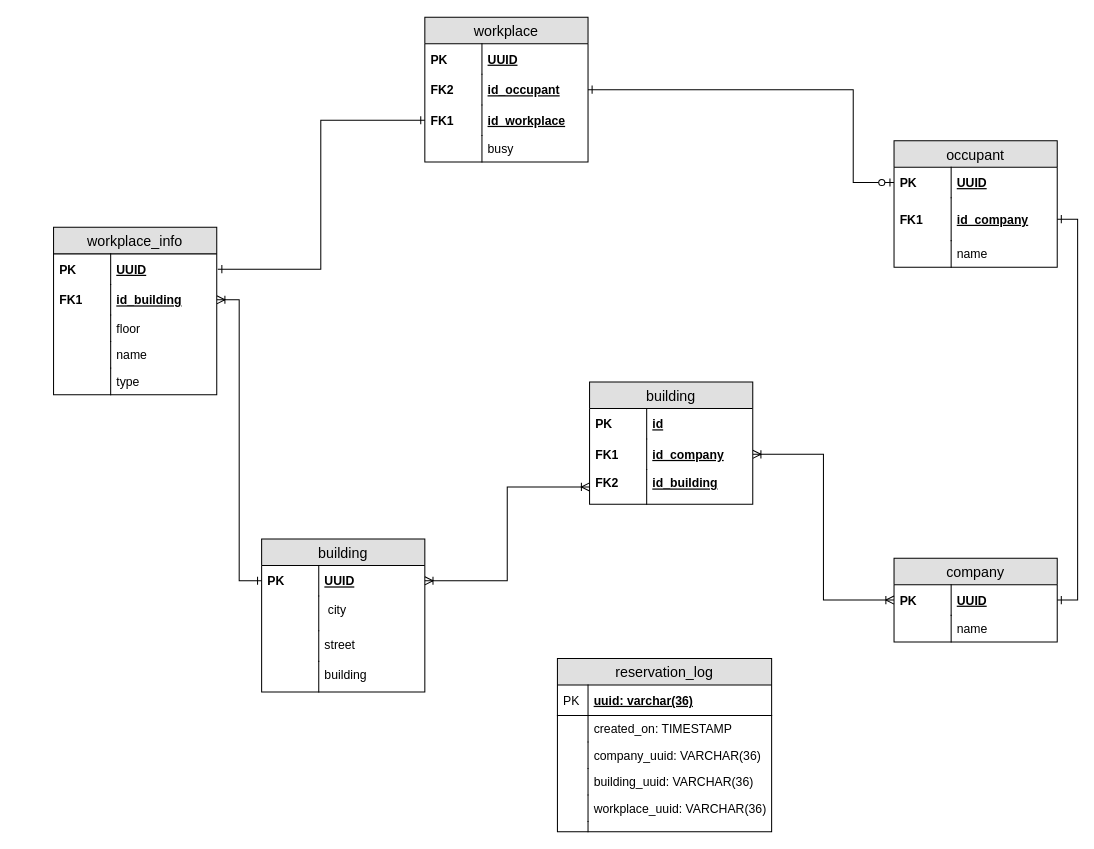
Earlier version of the draw.io diagram workplace-reservation-service-erd.drawio (Hunkizzz/project-zebra-diagrams). Source tidied: cells renumbered, new cells numbered last; positions are measured from the earlier drawing's top-left corner, leaving out a move shared by most shapes. Both pictures are drawn from the tidied source at 102%, with x=0, y=0 at pixel (53, 16).
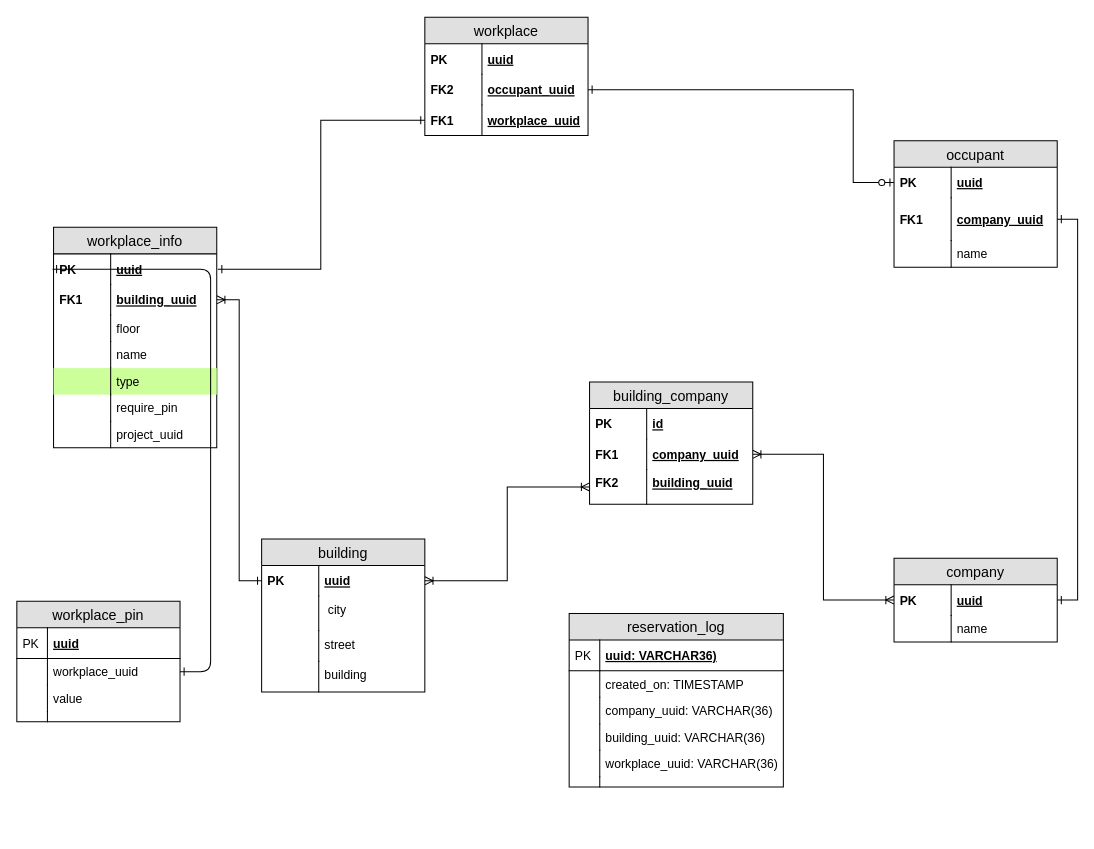
The same diagram, later.

The change refers to these unchanged cells:
```xml
<mxCell id="2" value="company" style="swimlane;fontStyle=0;horizontal=1;startSize=26;fillColor=#e0e0e0;swimlaneFillColor=#ffffff;align=center;fontSize=14;" parent="1" vertex="1">
  <mxGeometry x="824" y="530.8" width="160" height="82" as="geometry" />
</mxCell>
<mxCell id="7" value="occupant" style="swimlane;fontStyle=0;horizontal=1;startSize=26;fillColor=#e0e0e0;swimlaneFillColor=#ffffff;align=center;fontSize=14;" parent="1" vertex="1">
  <mxGeometry x="824" y="121.4" width="160" height="124" as="geometry" />
</mxCell>
<mxCell id="23" value="building" style="swimlane;fontStyle=0;horizontal=1;startSize=26;fillColor=#e0e0e0;swimlaneFillColor=#ffffff;align=center;fontSize=14;" parent="1" vertex="1">
  <mxGeometry x="204" y="511.9" width="160" height="150" as="geometry" />
</mxCell>
```

Change to the diagram source:
```diff
@@
-    <mxCell id="3" value="UUID" style="shape=partialRectangle;top=0;left=0;right=0;bottom=0;align=left;verticalAlign=middle;fillColor=none;spacingLeft=60;spacingRight=4;overflow=hidden;points=[[0,0.5],[1,0.5]];portConstraint=eastwest;fontStyle=5;fontSize=12;" parent="2" vertex="1">
+    <mxCell id="3" value="uuid" style="shape=partialRectangle;top=0;left=0;right=0;bottom=0;align=left;verticalAlign=middle;fillColor=none;spacingLeft=60;spacingRight=4;overflow=hidden;points=[[0,0.5],[1,0.5]];portConstraint=eastwest;fontStyle=5;fontSize=12;" parent="2" vertex="1">
       <mxGeometry y="26" width="160" height="30" as="geometry" />
     </mxCell>
@@
-    <mxCell id="8" value="UUID" style="shape=partialRectangle;top=0;left=0;right=0;bottom=0;align=left;verticalAlign=middle;fillColor=none;spacingLeft=60;spacingRight=4;overflow=hidden;points=[[0,0.5],[1,0.5]];portConstraint=eastwest;fontStyle=5;fontSize=12;" parent="7" vertex="1">
+    <mxCell id="8" value="uuid" style="shape=partialRectangle;top=0;left=0;right=0;bottom=0;align=left;verticalAlign=middle;fillColor=none;spacingLeft=60;spacingRight=4;overflow=hidden;points=[[0,0.5],[1,0.5]];portConstraint=eastwest;fontStyle=5;fontSize=12;" parent="7" vertex="1">
       <mxGeometry y="26" width="160" height="30" as="geometry" />
     </mxCell>
@@
-    <mxCell id="10" value="id_company" style="shape=partialRectangle;top=0;left=0;right=0;bottom=0;align=left;verticalAlign=middle;fillColor=none;spacingLeft=60;spacingRight=4;overflow=hidden;points=[[0,0.5],[1,0.5]];portConstraint=eastwest;fontStyle=5;fontSize=12;" parent="7" vertex="1">
+    <mxCell id="10" value="company_uuid" style="shape=partialRectangle;top=0;left=0;right=0;bottom=0;align=left;verticalAlign=middle;fillColor=none;spacingLeft=60;spacingRight=4;overflow=hidden;points=[[0,0.5],[1,0.5]];portConstraint=eastwest;fontStyle=5;fontSize=12;" parent="7" vertex="1">
       <mxGeometry y="56" width="160" height="42" as="geometry" />
     </mxCell>
@@
     <mxCell id="14" value="workplace" style="swimlane;fontStyle=0;horizontal=1;startSize=26;fillColor=#e0e0e0;swimlaneFillColor=#ffffff;align=center;fontSize=14;" parent="1" vertex="1">
-      <mxGeometry x="364" y="0.4" width="160" height="142" as="geometry" />
+      <mxGeometry x="364" y="0.4" width="160" height="116" as="geometry" />
     </mxCell>
-    <mxCell id="15" value="UUID" style="shape=partialRectangle;top=0;left=0;right=0;bottom=0;align=left;verticalAlign=middle;fillColor=none;spacingLeft=60;spacingRight=4;overflow=hidden;fontStyle=5;fontSize=12;perimeterSpacing=1;" parent="14" vertex="1">
+    <mxCell id="15" value="uuid" style="shape=partialRectangle;top=0;left=0;right=0;bottom=0;align=left;verticalAlign=middle;fillColor=none;spacingLeft=60;spacingRight=4;overflow=hidden;fontStyle=5;fontSize=12;perimeterSpacing=1;" parent="14" vertex="1">
       <mxGeometry y="26" width="160" height="30" as="geometry" />
     </mxCell>
@@
-    <mxCell id="17" value="id_occupant" style="shape=partialRectangle;top=0;left=0;right=0;bottom=0;align=left;verticalAlign=middle;fillColor=none;spacingLeft=60;spacingRight=4;overflow=hidden;points=[[0,0.5],[1,0.5]];portConstraint=eastwest;fontStyle=5;fontSize=12;" parent="14" vertex="1">
+    <mxCell id="17" value="occupant_uuid" style="shape=partialRectangle;top=0;left=0;right=0;bottom=0;align=left;verticalAlign=middle;fillColor=none;spacingLeft=60;spacingRight=4;overflow=hidden;points=[[0,0.5],[1,0.5]];portConstraint=eastwest;fontStyle=5;fontSize=12;" parent="14" vertex="1">
       <mxGeometry y="56" width="160" height="30" as="geometry" />
     </mxCell>
@@
-    <mxCell id="19" value="id_workplace" style="shape=partialRectangle;top=0;left=0;right=0;bottom=0;align=left;verticalAlign=middle;fillColor=none;spacingLeft=60;spacingRight=4;overflow=hidden;points=[[0,0.5],[1,0.5]];portConstraint=eastwest;fontStyle=5;fontSize=12;" parent="14" vertex="1">
+    <mxCell id="19" value="workplace_uuid" style="shape=partialRectangle;top=0;left=0;right=0;bottom=0;align=left;verticalAlign=middle;fillColor=none;spacingLeft=60;spacingRight=4;overflow=hidden;points=[[0,0.5],[1,0.5]];portConstraint=eastwest;fontStyle=5;fontSize=12;" parent="14" vertex="1">
       <mxGeometry y="86" width="160" height="30" as="geometry" />
     </mxCell>
@@
-    <mxCell id="21" value="busy" style="shape=partialRectangle;top=0;left=0;right=0;bottom=0;align=left;verticalAlign=top;fillColor=none;spacingLeft=60;spacingRight=4;overflow=hidden;fontSize=12;" parent="14" vertex="1">
-      <mxGeometry y="116" width="160" height="26" as="geometry" />
-    </mxCell>
-    <mxCell id="22" style="shape=partialRectangle;top=0;left=0;bottom=0;fillColor=none;align=left;verticalAlign=top;spacingLeft=4;spacingRight=4;overflow=hidden;fontSize=12;" parent="21" vertex="1">
-      <mxGeometry width="56" height="26" as="geometry" />
-    </mxCell>
@@
-    <mxCell id="24" value="UUID" style="shape=partialRectangle;top=0;left=0;right=0;bottom=0;align=left;verticalAlign=middle;fillColor=none;spacingLeft=60;spacingRight=4;overflow=hidden;points=[[0,0.5],[1,0.5]];portConstraint=eastwest;fontStyle=5;fontSize=12;" parent="23" vertex="1">
+    <mxCell id="24" value="uuid" style="shape=partialRectangle;top=0;left=0;right=0;bottom=0;align=left;verticalAlign=middle;fillColor=none;spacingLeft=60;spacingRight=4;overflow=hidden;points=[[0,0.5],[1,0.5]];portConstraint=eastwest;fontStyle=5;fontSize=12;" parent="23" vertex="1">
       <mxGeometry y="26" width="160" height="30" as="geometry" />
     </mxCell>
@@
-    <mxCell id="35" value="building" style="swimlane;fontStyle=0;horizontal=1;startSize=26;fillColor=#e0e0e0;swimlaneFillColor=#ffffff;align=center;fontSize=14;" parent="1" vertex="1">
+    <mxCell id="35" value="building_company" style="swimlane;fontStyle=0;horizontal=1;startSize=26;fillColor=#e0e0e0;swimlaneFillColor=#ffffff;align=center;fontSize=14;" parent="1" vertex="1">
       <mxGeometry x="525.5" y="357.9" width="160" height="120" as="geometry" />
     </mxCell>
@@
-    <mxCell id="38" value="id_company" style="shape=partialRectangle;top=0;left=0;right=0;bottom=1;align=left;verticalAlign=middle;fillColor=none;spacingLeft=60;spacingRight=4;overflow=hidden;points=[[0,0.5],[1,0.5]];portConstraint=eastwest;fontStyle=5;fontSize=12;strokeColor=none;" parent="35" vertex="1">
+    <mxCell id="38" value="company_uuid" style="shape=partialRectangle;top=0;left=0;right=0;bottom=1;align=left;verticalAlign=middle;fillColor=none;spacingLeft=60;spacingRight=4;overflow=hidden;points=[[0,0.5],[1,0.5]];portConstraint=eastwest;fontStyle=5;fontSize=12;strokeColor=none;" parent="35" vertex="1">
       <mxGeometry y="56" width="160" height="30" as="geometry" />
     </mxCell>
@@
-    <mxCell id="40" value="id_building" style="shape=partialRectangle;top=0;left=0;right=0;bottom=0;align=left;verticalAlign=top;fillColor=none;spacingLeft=60;spacingRight=4;overflow=hidden;points=[[0,0.5],[1,0.5]];portConstraint=eastwest;fontSize=12;strokeColor=#000000;fontStyle=5;" parent="35" vertex="1">
+    <mxCell id="40" value="building_uuid" style="shape=partialRectangle;top=0;left=0;right=0;bottom=0;align=left;verticalAlign=top;fillColor=none;spacingLeft=60;spacingRight=4;overflow=hidden;points=[[0,0.5],[1,0.5]];portConstraint=eastwest;fontSize=12;strokeColor=#000000;fontStyle=5;" parent="35" vertex="1">
       <mxGeometry y="86" width="160" height="34" as="geometry" />
     </mxCell>
@@
     <mxCell id="44" value="reservation_log" style="swimlane;fontStyle=0;horizontal=1;startSize=26;fillColor=#e0e0e0;swimlaneFillColor=#ffffff;align=center;fontSize=14;" parent="1" vertex="1">
-      <mxGeometry x="494" y="629" width="210" height="170" as="geometry" />
+      <mxGeometry x="505.5" y="585" width="210" height="170" as="geometry" />
     </mxCell>
-    <mxCell id="45" value="uuid: varchar(36)" style="shape=partialRectangle;top=0;left=0;right=0;bottom=1;align=left;verticalAlign=middle;fillColor=none;spacingLeft=34;spacingRight=4;overflow=hidden;fontStyle=5;fontSize=12;" parent="44" vertex="1">
+    <mxCell id="45" value="uuid: VARCHAR36)" style="shape=partialRectangle;top=0;left=0;right=0;bottom=1;align=left;verticalAlign=middle;fillColor=none;spacingLeft=34;spacingRight=4;overflow=hidden;fontStyle=5;fontSize=12;" parent="44" vertex="1">
       <mxGeometry y="26" width="210" height="30" as="geometry" />
     </mxCell>
@@
     <mxCell id="57" value="workplace_info" style="swimlane;fontStyle=0;horizontal=1;startSize=26;fillColor=#e0e0e0;swimlaneFillColor=#ffffff;align=center;fontSize=14;" parent="1" vertex="1">
-      <mxGeometry y="206.4" width="160" height="164" as="geometry" />
+      <mxGeometry y="206.4" width="160" height="216" as="geometry" />
     </mxCell>
-    <mxCell id="58" value="UUID" style="shape=partialRectangle;top=0;left=0;right=0;bottom=0;align=left;verticalAlign=middle;fillColor=none;spacingLeft=60;spacingRight=4;overflow=hidden;points=[[0,0.5],[1,0.5]];portConstraint=eastwest;fontStyle=5;fontSize=12;perimeterSpacing=1;" parent="57" vertex="1">
+    <mxCell id="58" value="uuid" style="shape=partialRectangle;top=0;left=0;right=0;bottom=0;align=left;verticalAlign=middle;fillColor=none;spacingLeft=60;spacingRight=4;overflow=hidden;points=[[0,0.5],[1,0.5]];portConstraint=eastwest;fontStyle=5;fontSize=12;perimeterSpacing=1;" parent="57" vertex="1">
       <mxGeometry y="26" width="160" height="30" as="geometry" />
     </mxCell>
@@
-    <mxCell id="60" value="id_building" style="shape=partialRectangle;top=0;left=0;right=0;bottom=0;align=left;verticalAlign=middle;fillColor=none;spacingLeft=60;spacingRight=4;overflow=hidden;points=[[0,0.5],[1,0.5]];portConstraint=eastwest;fontStyle=5;fontSize=12;" parent="57" vertex="1">
+    <mxCell id="60" value="building_uuid" style="shape=partialRectangle;top=0;left=0;right=0;bottom=0;align=left;verticalAlign=middle;fillColor=none;spacingLeft=60;spacingRight=4;overflow=hidden;points=[[0,0.5],[1,0.5]];portConstraint=eastwest;fontStyle=5;fontSize=12;" parent="57" vertex="1">
       <mxGeometry y="56" width="160" height="30" as="geometry" />
     </mxCell>
@@
-    <mxCell id="66" value="type" style="shape=partialRectangle;top=0;left=0;right=0;bottom=0;align=left;verticalAlign=top;fillColor=none;spacingLeft=60;spacingRight=4;overflow=hidden;fontSize=12;" parent="57" vertex="1">
+    <mxCell id="66" value="type" style="shape=partialRectangle;top=0;left=0;right=0;bottom=0;align=left;verticalAlign=top;fillColor=#CCFF99;spacingLeft=60;spacingRight=4;overflow=hidden;fontSize=12;" parent="57" vertex="1">
       <mxGeometry y="138" width="160" height="26" as="geometry" />
     </mxCell>
@@
+    <mxCell id="69" value="require_pin " style="shape=partialRectangle;top=0;left=0;right=0;bottom=0;align=left;verticalAlign=top;fillColor=none;spacingLeft=60;spacingRight=4;overflow=hidden;fontSize=12;" parent="57" vertex="1">
+      <mxGeometry y="164" width="160" height="26" as="geometry" />
+    </mxCell>
+    <mxCell id="70" style="shape=partialRectangle;top=0;left=0;bottom=0;fillColor=none;align=left;verticalAlign=top;spacingLeft=4;spacingRight=4;overflow=hidden;fontSize=12;" parent="69" vertex="1">
+      <mxGeometry width="56" height="26" as="geometry" />
+    </mxCell>
+    <mxCell id="71" value="project_uuid" style="shape=partialRectangle;top=0;left=0;right=0;bottom=0;align=left;verticalAlign=top;fillColor=none;spacingLeft=60;spacingRight=4;overflow=hidden;fontSize=12;" parent="57" vertex="1">
+      <mxGeometry y="190" width="160" height="26" as="geometry" />
+    </mxCell>
+    <mxCell id="72" style="shape=partialRectangle;top=0;left=0;bottom=0;fillColor=none;align=left;verticalAlign=top;spacingLeft=4;spacingRight=4;overflow=hidden;fontSize=12;" parent="71" vertex="1">
+      <mxGeometry width="56" height="26" as="geometry" />
+    </mxCell>
@@
+    <mxCell id="73" value="workplace_pin" style="swimlane;fontStyle=0;horizontal=1;startSize=26;fillColor=#e0e0e0;swimlaneFillColor=#ffffff;align=center;fontSize=14;" parent="1" vertex="1">
+      <mxGeometry x="-36" y="573" width="160" height="118" as="geometry" />
+    </mxCell>
+    <mxCell id="74" value="uuid" style="shape=partialRectangle;top=0;left=0;right=0;bottom=1;align=left;verticalAlign=middle;fillColor=none;spacingLeft=34;spacingRight=4;overflow=hidden;fontStyle=5;fontSize=12;" parent="73" vertex="1">
+      <mxGeometry y="26" width="160" height="30" as="geometry" />
+    </mxCell>
+    <mxCell id="75" value="PK" style="shape=partialRectangle;top=0;left=0;bottom=0;fillColor=none;align=left;verticalAlign=middle;spacingLeft=4;spacingRight=4;overflow=hidden;fontSize=12;" parent="74" vertex="1">
+      <mxGeometry width="30" height="30" as="geometry" />
+    </mxCell>
+    <mxCell id="76" value="workplace_uuid" style="shape=partialRectangle;top=0;left=0;right=0;bottom=0;align=left;verticalAlign=top;fillColor=none;spacingLeft=34;spacingRight=4;overflow=hidden;points=[[0,0.5],[1,0.5]];portConstraint=eastwest;fontSize=12;" parent="73" vertex="1">
+      <mxGeometry y="56" width="160" height="26" as="geometry" />
+    </mxCell>
+    <mxCell id="77" style="shape=partialRectangle;top=0;left=0;bottom=0;fillColor=none;align=left;verticalAlign=top;spacingLeft=4;spacingRight=4;overflow=hidden;fontSize=12;" parent="76" vertex="1">
+      <mxGeometry width="30" height="26" as="geometry" />
+    </mxCell>
+    <mxCell id="78" value="value" style="shape=partialRectangle;top=0;left=0;right=0;bottom=0;align=left;verticalAlign=top;fillColor=none;spacingLeft=34;spacingRight=4;overflow=hidden;fontSize=12;" parent="73" vertex="1">
+      <mxGeometry y="82" width="160" height="26" as="geometry" />
+    </mxCell>
+    <mxCell id="79" style="shape=partialRectangle;top=0;left=0;bottom=0;fillColor=none;align=left;verticalAlign=top;spacingLeft=4;spacingRight=4;overflow=hidden;fontSize=12;" parent="78" vertex="1">
+      <mxGeometry width="30" height="26" as="geometry" />
+    </mxCell>
+    <mxCell id="80" style="shape=partialRectangle;top=0;left=0;right=0;bottom=0;align=left;verticalAlign=top;fillColor=none;spacingLeft=34;spacingRight=4;overflow=hidden;fontSize=12;" parent="73" vertex="1">
+      <mxGeometry y="108" width="160" height="10" as="geometry" />
+    </mxCell>
+    <mxCell id="81" style="shape=partialRectangle;top=0;left=0;bottom=0;fillColor=none;align=left;verticalAlign=top;spacingLeft=4;spacingRight=4;overflow=hidden;fontSize=12;" parent="80" vertex="1">
+      <mxGeometry width="30" height="10" as="geometry" />
+    </mxCell>
+    <mxCell id="82" style="edgeStyle=entityRelationEdgeStyle;fontSize=12;html=1;endArrow=ERone;startArrow=ERone;entryX=0;entryY=0.5;entryDx=0;entryDy=0;startFill=0;endFill=0;" parent="1" edge="1" source="76" target="58">
+      <mxGeometry relative="1" as="geometry" />
+    </mxCell>
```
